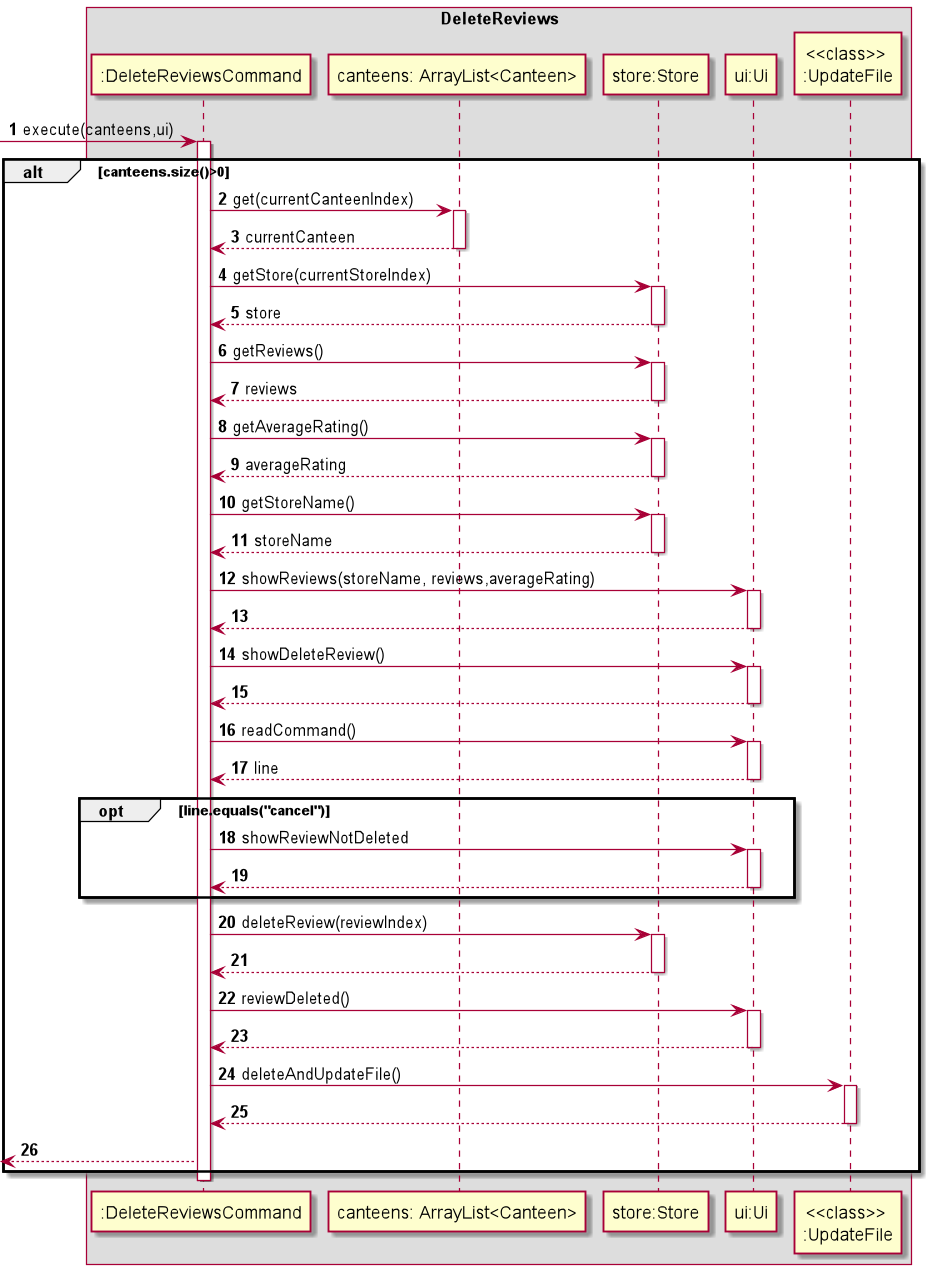
Above: docs/img/DeleteReview.png in nagiteja/tp (PlantUML), before the change.
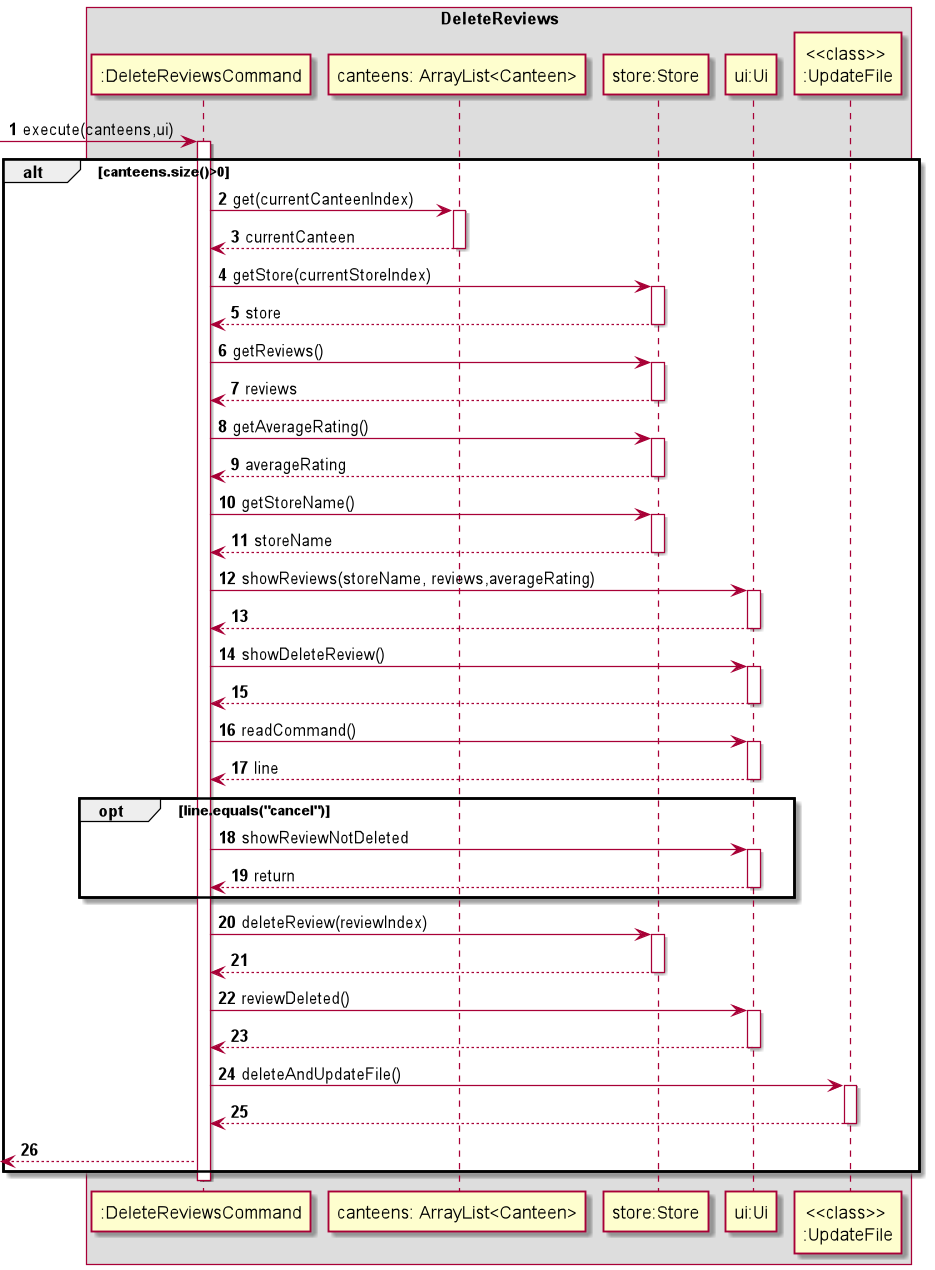
After the commit.

Commit message:
update code and sequence diagram

Change to the diagram source:
```diff
@@ -41,7 +41,7 @@
     opt line.equals("cancel")
     ":DeleteReviewsCommand"->"ui:Ui":showReviewNotDeleted
     activate "ui:Ui"
-    "ui:Ui"-->":DeleteReviewsCommand"
+    "ui:Ui"-->":DeleteReviewsCommand":return
     deactivate "ui:Ui"
     end
     ":DeleteReviewsCommand"->"store:Store":deleteReview(reviewIndex)
```
